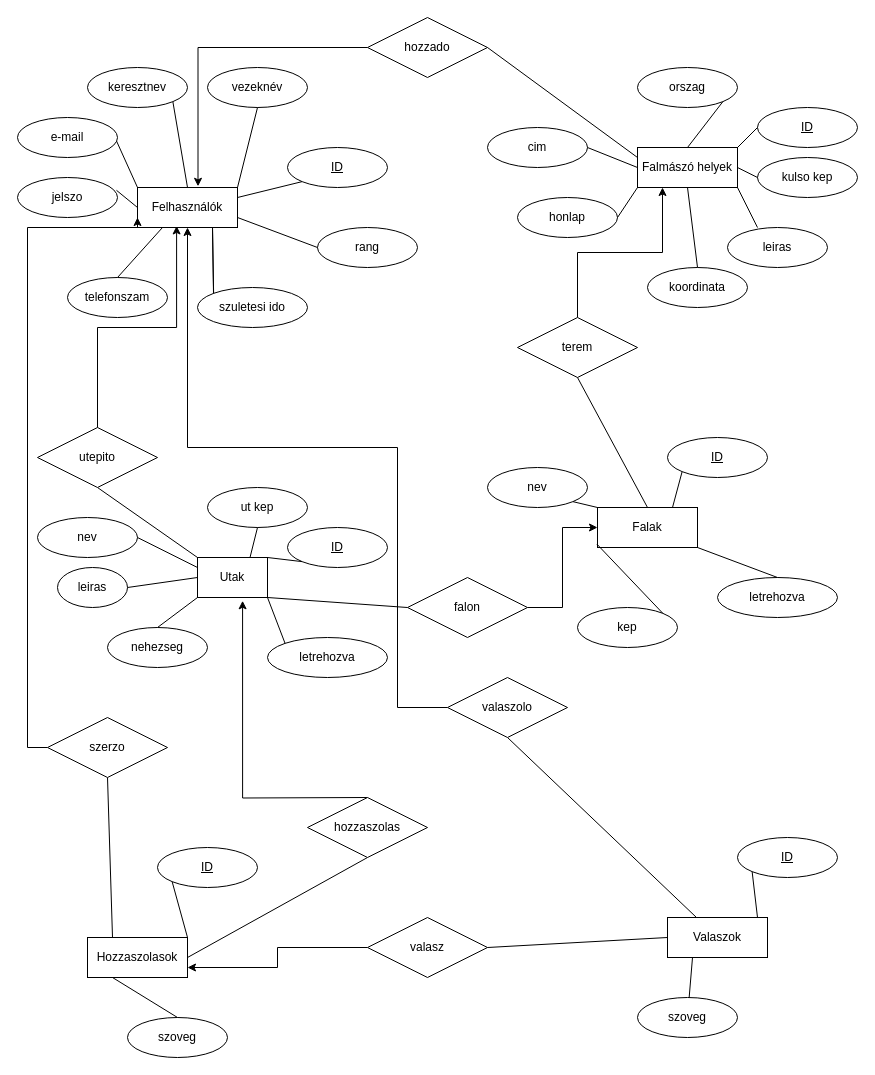
This is docs/db diagram/falmaszasdb_ek.drawio from meszarosmarton1007/szakdolgozatFalmaszas, a draw.io file, before an edit. Source tidied: cells renumbered, new cells numbered last; positions are measured from the earlier drawing's top-left corner, leaving out a move shared by most shapes. Both pictures are drawn from the tidied source at 100%, with x=0, y=0 at pixel (17, 17).
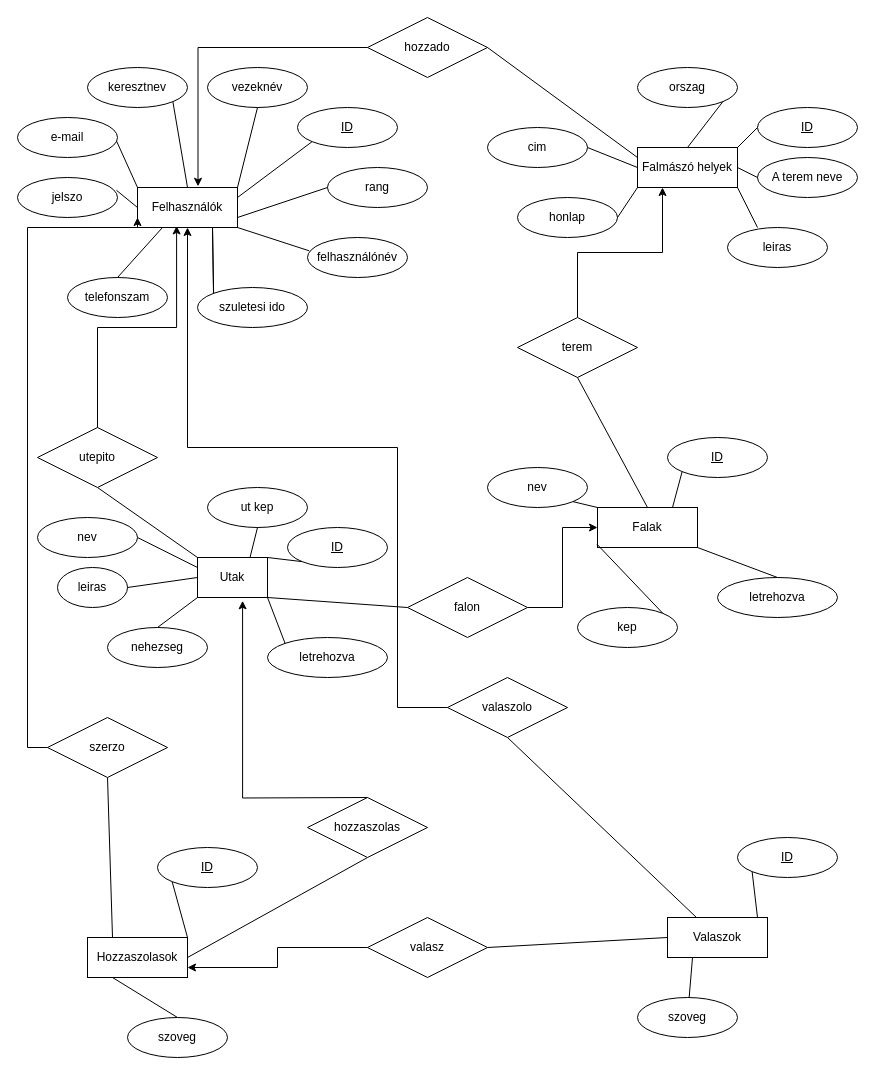
After the change.

Commit message (it also covers changes not shown here):
ek diagram frissítése

The change refers to these unchanged cells:
```xml
<mxCell id="2" value="Felhasználók" style="whiteSpace=wrap;html=1;align=center;" parent="1" vertex="1">
  <mxGeometry x="120" y="170" width="100" height="40" as="geometry" />
</mxCell>
<mxCell id="19" value="Falmászó helyek" style="whiteSpace=wrap;html=1;align=center;" parent="1" vertex="1">
  <mxGeometry x="620" y="130" width="100" height="40" as="geometry" />
</mxCell>
```

Change to the diagram source:
```diff
@@
     <mxCell id="3" value="ID" style="ellipse;whiteSpace=wrap;html=1;align=center;fontStyle=4;" parent="1" vertex="1">
-      <mxGeometry x="270" y="130" width="100" height="40" as="geometry" />
+      <mxGeometry x="280" y="90" width="100" height="40" as="geometry" />
     </mxCell>
@@
     <mxCell id="10" value="rang" style="ellipse;whiteSpace=wrap;html=1;align=center;" parent="1" vertex="1">
-      <mxGeometry x="300" y="210" width="100" height="40" as="geometry" />
+      <mxGeometry x="310" y="150" width="100" height="40" as="geometry" />
     </mxCell>
@@
-    <mxCell id="23" value="koordinata" style="ellipse;whiteSpace=wrap;html=1;align=center;" parent="1" vertex="1">
-      <mxGeometry x="630" y="250" width="100" height="40" as="geometry" />
-    </mxCell>
@@
-    <mxCell id="25" value="kulso kep" style="ellipse;whiteSpace=wrap;html=1;align=center;" parent="1" vertex="1">
+    <mxCell id="25" value="A terem neve" style="ellipse;whiteSpace=wrap;html=1;align=center;" parent="1" vertex="1">
       <mxGeometry x="740" y="140" width="100" height="40" as="geometry" />
     </mxCell>
@@
-    <mxCell id="47" style="endArrow=none;html=1;rounded=0;exitX=0.5;exitY=0;exitDx=0;exitDy=0;entryX=0.5;entryY=1;entryDx=0;entryDy=0;" parent="1" edge="1" source="23" target="19">
-      <mxGeometry relative="1" as="geometry" />
-    </mxCell>
@@
+    <mxCell id="91" value="felhasználónév" style="ellipse;whiteSpace=wrap;html=1;align=center;" parent="1" vertex="1">
+      <mxGeometry x="290" y="220" width="100" height="40" as="geometry" />
+    </mxCell>
+    <mxCell id="92" style="endArrow=none;html=1;rounded=0;exitX=1;exitY=1;exitDx=0;exitDy=0;entryX=0.017;entryY=0.333;entryDx=0;entryDy=0;entryPerimeter=0;" parent="1" edge="1" source="2" target="91">
+      <mxGeometry relative="1" as="geometry" />
+    </mxCell>
```
